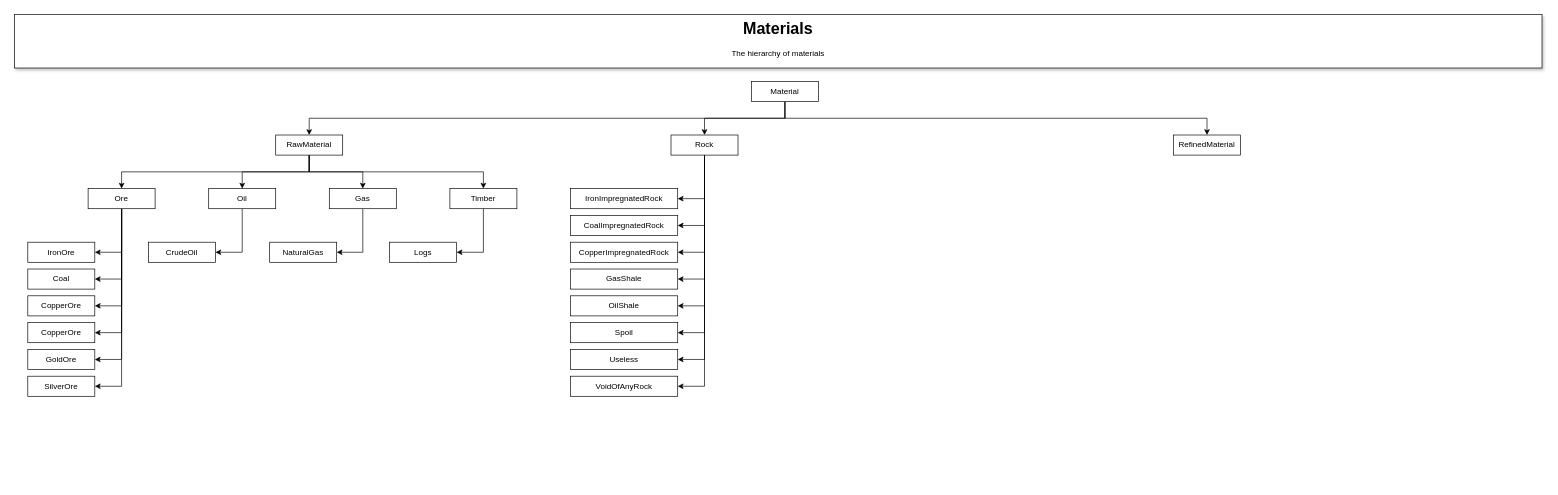
Above: documentation/Materials.drawio in dibley1973/Dibware.F.In.Manufacturing (draw.io), before the change. Source tidied: cells renumbered, new cells numbered last; positions are measured from the earlier drawing's top-left corner, leaving out a move shared by most shapes. Both pictures are drawn from the tidied source at 67%, with x=0, y=0 at pixel (14, 14).
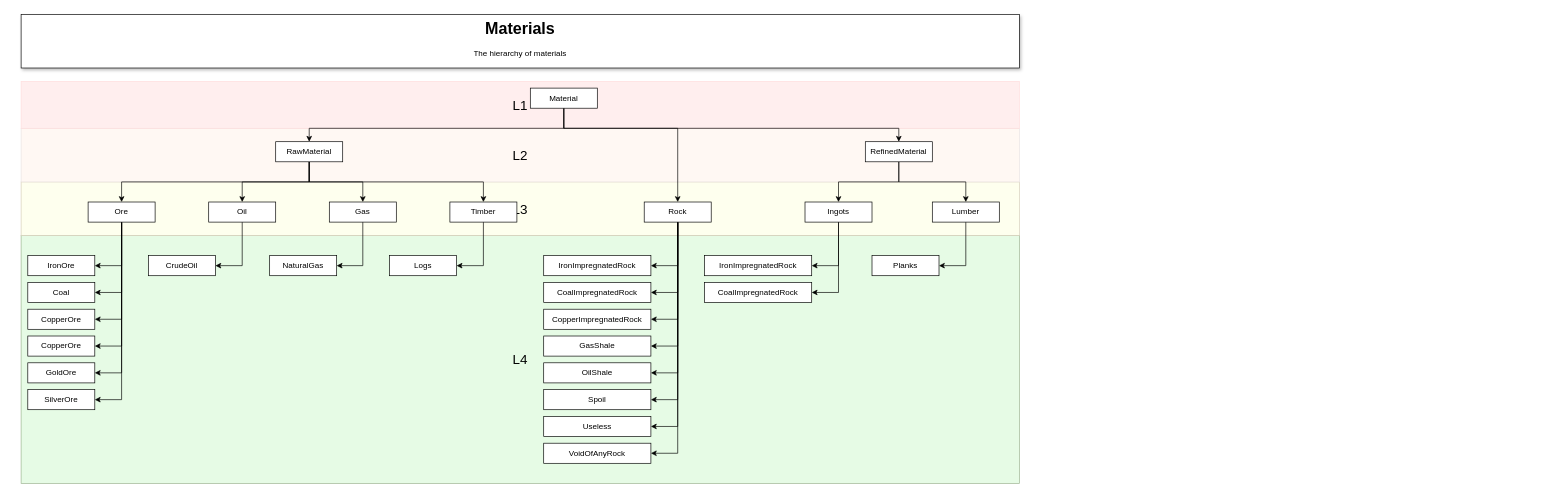
Above is the later version.

The edit, as a diff of the source:
```diff
@@
+    <mxCell id="53" value="&lt;font style=&quot;font-size: 20px;&quot;&gt;L4&lt;/font&gt;" style="rounded=0;whiteSpace=wrap;html=1;fillColor=#E6FBE5;strokeColor=#9CB390;align=center;" parent="1" vertex="1">
+      <mxGeometry x="10" y="330" width="1490" height="370" as="geometry" />
+    </mxCell>
+    <mxCell id="54" value="&lt;font style=&quot;font-size: 20px;&quot;&gt;L3&lt;/font&gt;" style="rounded=0;whiteSpace=wrap;html=1;fillColor=light-dark(#FEFFEE,#151312);strokeColor=#D6CEB9;align=center;gradientColor=none;" parent="1" vertex="1">
+      <mxGeometry x="10" y="250" width="1490" height="80" as="geometry" />
+    </mxCell>
+    <mxCell id="55" value="L2" style="rounded=0;whiteSpace=wrap;html=1;fillColor=#FFF8F3;strokeColor=#E9E3E1;fontSize=20;align=center;" parent="1" vertex="1">
+      <mxGeometry x="10" y="170" width="1490" height="80" as="geometry" />
+    </mxCell>
+    <mxCell id="56" value="&lt;font style=&quot;font-size: 20px;&quot;&gt;L1&lt;/font&gt;" style="rounded=0;whiteSpace=wrap;html=1;fillColor=#FFEEEE;strokeColor=#FFDDDD;align=center;" parent="1" vertex="1">
+      <mxGeometry x="10" y="100" width="1490" height="70" as="geometry" />
+    </mxCell>
     <mxCell id="2" style="rounded=0;whiteSpace=wrap;html=1;shadow=1;" parent="1" vertex="1">
-      <mxGeometry width="2280" height="80" as="geometry" />
+      <mxGeometry x="10" width="1490" height="80" as="geometry" />
     </mxCell>
     <mxCell id="3" value="&lt;h1 style=&quot;margin-top: 0px;&quot;&gt;Materials&lt;/h1&gt;&lt;p style=&quot;&quot;&gt;The hierarchy of materials&lt;/p&gt;" style="text;html=1;whiteSpace=wrap;overflow=hidden;rounded=0;align=center;" parent="1" vertex="1">
-      <mxGeometry width="2280" height="80" as="geometry" />
+      <mxGeometry x="10" width="1490" height="80" as="geometry" />
     </mxCell>
     <mxCell id="4" style="edgeStyle=orthogonalEdgeStyle;rounded=0;jettySize=auto;html=1;exitX=0.5;exitY=1;exitDx=0;exitDy=0;entryX=0.5;entryY=0;entryDx=0;entryDy=0;" parent="1" edge="1" source="7" target="21">
-      <mxGeometry relative="1" as="geometry" />
+      <mxGeometry relative="1" as="geometry">
+        <Array as="points">
+          <mxPoint x="820" y="170" />
+          <mxPoint x="990" y="170" />
+        </Array>
+      </mxGeometry>
     </mxCell>
-    <mxCell id="5" style="edgeStyle=orthogonalEdgeStyle;rounded=0;jettySize=auto;html=1;exitX=0.5;exitY=1;exitDx=0;exitDy=0;" parent="1" edge="1" source="7" target="22">
-      <mxGeometry relative="1" as="geometry" />
+    <mxCell id="5" style="edgeStyle=orthogonalEdgeStyle;rounded=0;jettySize=auto;html=1;exitX=0.5;exitY=1;exitDx=0;exitDy=0;entryX=0.5;entryY=0;entryDx=0;entryDy=0;" parent="1" edge="1" source="7" target="22">
+      <mxGeometry relative="1" as="geometry">
+        <Array as="points">
+          <mxPoint x="820" y="170" />
+          <mxPoint x="1320" y="170" />
+        </Array>
+      </mxGeometry>
     </mxCell>
     <mxCell id="6" style="edgeStyle=orthogonalEdgeStyle;rounded=0;jettySize=auto;html=1;exitX=0.5;exitY=1;exitDx=0;exitDy=0;entryX=0.5;entryY=0;entryDx=0;entryDy=0;" parent="1" edge="1" source="7" target="12">
-      <mxGeometry relative="1" as="geometry" />
+      <mxGeometry relative="1" as="geometry">
+        <Array as="points">
+          <mxPoint x="820" y="170" />
+          <mxPoint x="440" y="170" />
+        </Array>
+      </mxGeometry>
     </mxCell>
     <mxCell id="7" value="Material" style="rounded=0;whiteSpace=wrap;html=1;" parent="1" vertex="1">
-      <mxGeometry x="1100" y="100" width="100" height="30" as="geometry" />
+      <mxGeometry x="770" y="110" width="100" height="30" as="geometry" />
     </mxCell>
@@
     <mxCell id="12" value="RawMaterial" style="rounded=0;whiteSpace=wrap;html=1;" parent="1" vertex="1">
-      <mxGeometry x="390" y="180" width="100" height="30" as="geometry" />
+      <mxGeometry x="390" y="190" width="100" height="30" as="geometry" />
     </mxCell>
@@
     <mxCell id="21" value="Rock" style="rounded=0;whiteSpace=wrap;html=1;" parent="1" vertex="1">
-      <mxGeometry x="980" y="180" width="100" height="30" as="geometry" />
+      <mxGeometry x="940" y="280" width="100" height="30" as="geometry" />
     </mxCell>
+    <mxCell id="57" style="edgeStyle=orthogonalEdgeStyle;rounded=0;jettySize=auto;html=1;exitX=0.5;exitY=1;exitDx=0;exitDy=0;entryX=0.5;entryY=0;entryDx=0;entryDy=0;" parent="1" edge="1" source="22" target="61">
+      <mxGeometry relative="1" as="geometry" />
+    </mxCell>
+    <mxCell id="58" style="edgeStyle=orthogonalEdgeStyle;rounded=0;jettySize=auto;html=1;exitX=0.5;exitY=1;exitDx=0;exitDy=0;" parent="1" edge="1" source="22" target="66">
+      <mxGeometry relative="1" as="geometry" />
+    </mxCell>
     <mxCell id="22" value="RefinedMaterial" style="rounded=0;whiteSpace=wrap;html=1;" parent="1" vertex="1">
-      <mxGeometry x="1730" y="180" width="100" height="30" as="geometry" />
+      <mxGeometry x="1270" y="190" width="100" height="30" as="geometry" />
     </mxCell>
@@
     <mxCell id="29" value="Ore" style="rounded=0;whiteSpace=wrap;html=1;" parent="1" vertex="1">
-      <mxGeometry x="110" y="260" width="100" height="30" as="geometry" />
+      <mxGeometry x="110" y="280" width="100" height="30" as="geometry" />
     </mxCell>
@@
     <mxCell id="31" value="Gas" style="rounded=0;whiteSpace=wrap;html=1;" parent="1" vertex="1">
-      <mxGeometry x="470" y="260" width="100" height="30" as="geometry" />
+      <mxGeometry x="470" y="280" width="100" height="30" as="geometry" />
     </mxCell>
@@
     <mxCell id="33" value="Oil" style="rounded=0;whiteSpace=wrap;html=1;" parent="1" vertex="1">
-      <mxGeometry x="290" y="260" width="100" height="30" as="geometry" />
+      <mxGeometry x="290" y="280" width="100" height="30" as="geometry" />
     </mxCell>
     <mxCell id="34" value="IronOre" style="rounded=0;whiteSpace=wrap;html=1;" parent="1" vertex="1">
-      <mxGeometry x="20" y="340" width="100" height="30" as="geometry" />
+      <mxGeometry x="20" y="360" width="100" height="30" as="geometry" />
     </mxCell>
     <mxCell id="35" value="Coal" style="rounded=0;whiteSpace=wrap;html=1;" parent="1" vertex="1">
-      <mxGeometry x="20" y="380" width="100" height="30" as="geometry" />
+      <mxGeometry x="20" y="400" width="100" height="30" as="geometry" />
     </mxCell>
     <mxCell id="36" value="Logs" style="rounded=0;whiteSpace=wrap;html=1;" parent="1" vertex="1">
-      <mxGeometry x="560" y="340" width="100" height="30" as="geometry" />
+      <mxGeometry x="560" y="360" width="100" height="30" as="geometry" />
     </mxCell>
     <mxCell id="37" value="CopperOre" style="rounded=0;whiteSpace=wrap;html=1;" parent="1" vertex="1">
-      <mxGeometry x="20" y="420" width="100" height="30" as="geometry" />
+      <mxGeometry x="20" y="440" width="100" height="30" as="geometry" />
     </mxCell>
     <mxCell id="38" value="CopperOre" style="rounded=0;whiteSpace=wrap;html=1;" parent="1" vertex="1">
-      <mxGeometry x="20" y="460" width="100" height="30" as="geometry" />
+      <mxGeometry x="20" y="480" width="100" height="30" as="geometry" />
     </mxCell>
     <mxCell id="39" value="GoldOre" style="rounded=0;whiteSpace=wrap;html=1;" parent="1" vertex="1">
-      <mxGeometry x="20" y="500" width="100" height="30" as="geometry" />
+      <mxGeometry x="20" y="520" width="100" height="30" as="geometry" />
     </mxCell>
     <mxCell id="40" value="SilverOre" style="rounded=0;whiteSpace=wrap;html=1;" parent="1" vertex="1">
-      <mxGeometry x="20" y="540" width="100" height="30" as="geometry" />
+      <mxGeometry x="20" y="560" width="100" height="30" as="geometry" />
     </mxCell>
     <mxCell id="41" value="NaturalGas" style="rounded=0;whiteSpace=wrap;html=1;" parent="1" vertex="1">
-      <mxGeometry x="381" y="340" width="100" height="30" as="geometry" />
+      <mxGeometry x="381" y="360" width="100" height="30" as="geometry" />
     </mxCell>
     <mxCell id="42" value="CrudeOil" style="rounded=0;whiteSpace=wrap;html=1;" parent="1" vertex="1">
-      <mxGeometry x="200" y="340" width="100" height="30" as="geometry" />
+      <mxGeometry x="200" y="360" width="100" height="30" as="geometry" />
     </mxCell>
@@
     <mxCell id="44" value="Timber" style="rounded=0;whiteSpace=wrap;html=1;" parent="1" vertex="1">
-      <mxGeometry x="650" y="260" width="100" height="30" as="geometry" />
+      <mxGeometry x="650" y="280" width="100" height="30" as="geometry" />
     </mxCell>
     <mxCell id="45" value="IronImpregnatedRock" style="rounded=0;whiteSpace=wrap;html=1;" parent="1" vertex="1">
-      <mxGeometry x="830" y="260" width="160" height="30" as="geometry" />
+      <mxGeometry x="790" y="360" width="160" height="30" as="geometry" />
     </mxCell>
     <mxCell id="46" value="CoalImpregnatedRock" style="rounded=0;whiteSpace=wrap;html=1;" parent="1" vertex="1">
-      <mxGeometry x="830" y="300" width="160" height="30" as="geometry" />
+      <mxGeometry x="790" y="400" width="160" height="30" as="geometry" />
     </mxCell>
     <mxCell id="47" value="CopperImpregnatedRock" style="rounded=0;whiteSpace=wrap;html=1;" parent="1" vertex="1">
-      <mxGeometry x="830" y="340" width="160" height="30" as="geometry" />
+      <mxGeometry x="790" y="440" width="160" height="30" as="geometry" />
     </mxCell>
     <mxCell id="48" value="GasShale" style="rounded=0;whiteSpace=wrap;html=1;" parent="1" vertex="1">
-      <mxGeometry x="830" y="380" width="160" height="30" as="geometry" />
+      <mxGeometry x="790" y="480" width="160" height="30" as="geometry" />
     </mxCell>
     <mxCell id="49" value="OilShale" style="rounded=0;whiteSpace=wrap;html=1;" parent="1" vertex="1">
-      <mxGeometry x="830" y="420" width="160" height="30" as="geometry" />
+      <mxGeometry x="790" y="520" width="160" height="30" as="geometry" />
     </mxCell>
     <mxCell id="50" value="Spoil" style="rounded=0;whiteSpace=wrap;html=1;" parent="1" vertex="1">
-      <mxGeometry x="830" y="460" width="160" height="30" as="geometry" />
+      <mxGeometry x="790" y="560" width="160" height="30" as="geometry" />
     </mxCell>
     <mxCell id="51" value="Useless" style="rounded=0;whiteSpace=wrap;html=1;" parent="1" vertex="1">
-      <mxGeometry x="830" y="500" width="160" height="30" as="geometry" />
+      <mxGeometry x="790" y="600" width="160" height="30" as="geometry" />
     </mxCell>
     <mxCell id="52" value="VoidOfAnyRock" style="rounded=0;whiteSpace=wrap;html=1;" parent="1" vertex="1">
-      <mxGeometry x="830" y="540" width="160" height="30" as="geometry" />
+      <mxGeometry x="790" y="640" width="160" height="30" as="geometry" />
     </mxCell>
+    <mxCell id="59" style="edgeStyle=orthogonalEdgeStyle;rounded=0;jettySize=auto;html=1;exitX=0.5;exitY=1;exitDx=0;exitDy=0;entryX=1;entryY=0.5;entryDx=0;entryDy=0;" parent="1" edge="1" source="61" target="62">
+      <mxGeometry relative="1" as="geometry" />
+    </mxCell>
+    <mxCell id="60" style="edgeStyle=orthogonalEdgeStyle;rounded=0;jettySize=auto;html=1;exitX=0.5;exitY=1;exitDx=0;exitDy=0;entryX=1;entryY=0.5;entryDx=0;entryDy=0;" parent="1" edge="1" source="61" target="63">
+      <mxGeometry relative="1" as="geometry" />
+    </mxCell>
+    <mxCell id="61" value="Ingots" style="rounded=0;whiteSpace=wrap;html=1;" parent="1" vertex="1">
+      <mxGeometry x="1180" y="280" width="100" height="30" as="geometry" />
+    </mxCell>
+    <mxCell id="62" value="IronImpregnatedRock" style="rounded=0;whiteSpace=wrap;html=1;" parent="1" vertex="1">
+      <mxGeometry x="1030" y="360" width="160" height="30" as="geometry" />
+    </mxCell>
+    <mxCell id="63" value="CoalImpregnatedRock" style="rounded=0;whiteSpace=wrap;html=1;" parent="1" vertex="1">
+      <mxGeometry x="1030" y="400" width="160" height="30" as="geometry" />
+    </mxCell>
+    <mxCell id="64" value="Planks" style="rounded=0;whiteSpace=wrap;html=1;" parent="1" vertex="1">
+      <mxGeometry x="1280" y="360" width="100" height="30" as="geometry" />
+    </mxCell>
+    <mxCell id="65" style="edgeStyle=orthogonalEdgeStyle;rounded=0;jettySize=auto;html=1;exitX=0.5;exitY=1;exitDx=0;exitDy=0;entryX=1;entryY=0.5;entryDx=0;entryDy=0;" parent="1" edge="1" source="66" target="64">
+      <mxGeometry relative="1" as="geometry" />
+    </mxCell>
+    <mxCell id="66" value="Lumber" style="rounded=0;whiteSpace=wrap;html=1;" parent="1" vertex="1">
+      <mxGeometry x="1370" y="280" width="100" height="30" as="geometry" />
+    </mxCell>
```
